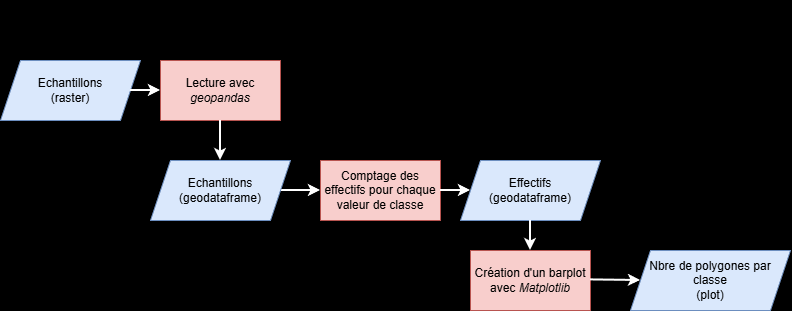
Earlier version of the draw.io export img/nb_echantillons.png (nicolas-requin/projet_landes). Source tidied: cells renumbered, new cells last; positions are measured from the earlier drawing's top-left corner, leaving out a move shared by most shapes.
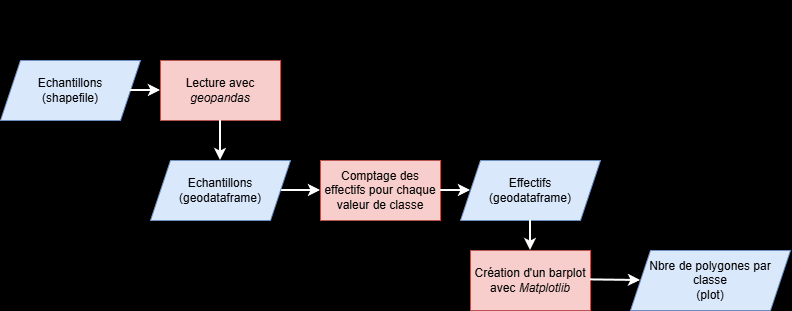
The same diagram one commit later.

The edit, as a diff of the source:
```diff
@@ -2,7 +2,7 @@
   <root>
     <mxCell id="0" />
     <mxCell id="1" parent="0" />
-    <mxCell id="2" value="Echantillons&lt;div&gt;(raster)&lt;/div&gt;" style="shape=parallelogram;perimeter=parallelogramPerimeter;whiteSpace=wrap;html=1;fixedSize=1;fillColor=#dae8fc;strokeColor=#6c8ebf;" parent="1" vertex="1">
+    <mxCell id="2" value="Echantillons&lt;div&gt;(shapefile)&lt;/div&gt;" style="shape=parallelogram;perimeter=parallelogramPerimeter;whiteSpace=wrap;html=1;fixedSize=1;fillColor=#dae8fc;strokeColor=#6c8ebf;" parent="1" vertex="1">
       <mxGeometry y="60" width="140" height="60" as="geometry" />
     </mxCell>
     <mxCell id="3" value="Lecture avec &lt;i&gt;geopandas&lt;/i&gt;" style="rounded=0;whiteSpace=wrap;html=1;fillColor=#f8cecc;strokeColor=#b85450;" parent="1" vertex="1">
```
